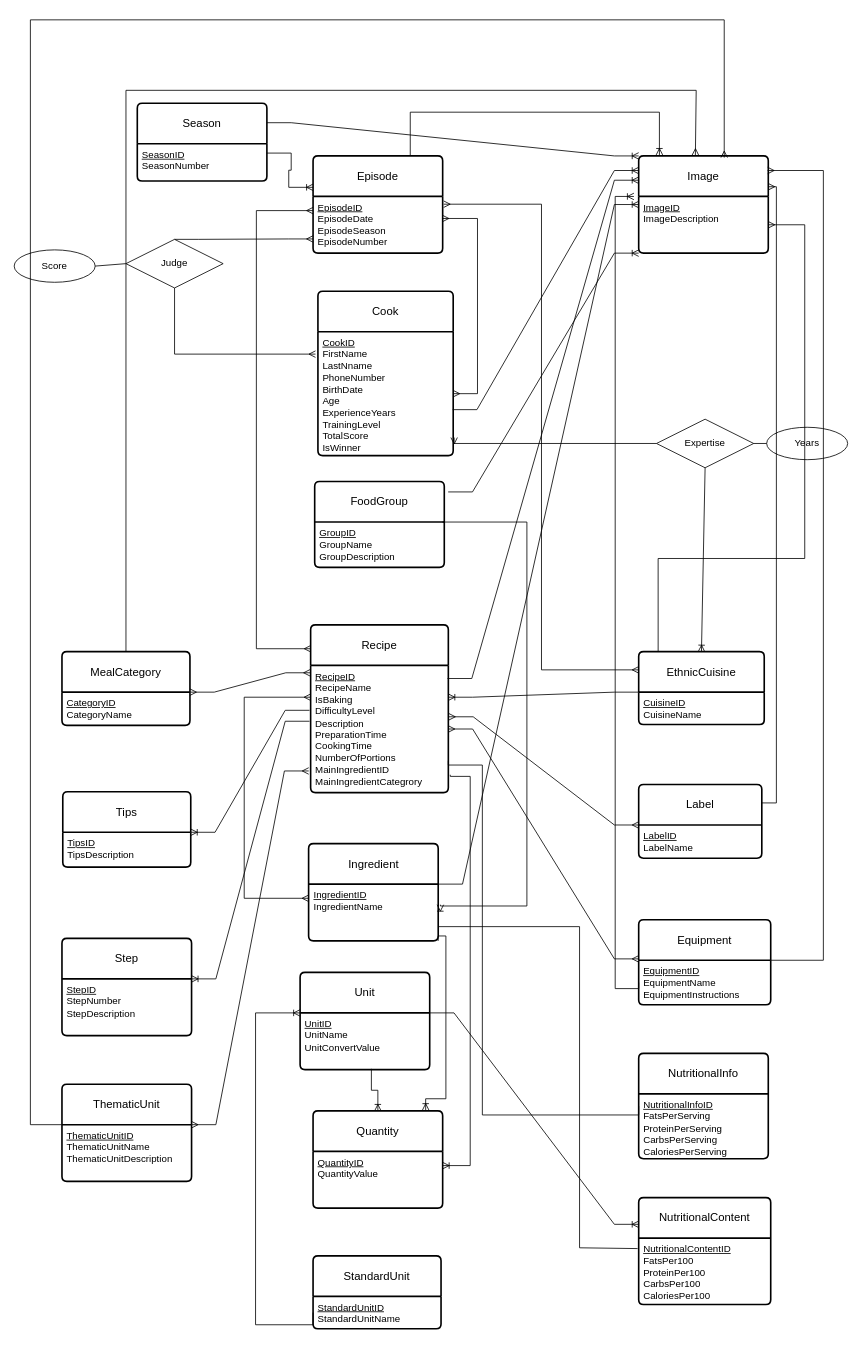
Above: er_diagram.drawio in myrto-orf/DataBases (draw.io), before the change. Source tidied: cells renumbered, new cells numbered last; positions are measured from the earlier drawing's top-left corner, leaving out a move shared by most shapes. Both pictures are drawn from the tidied source at 81%, with x=0, y=0 at pixel (14, 19).
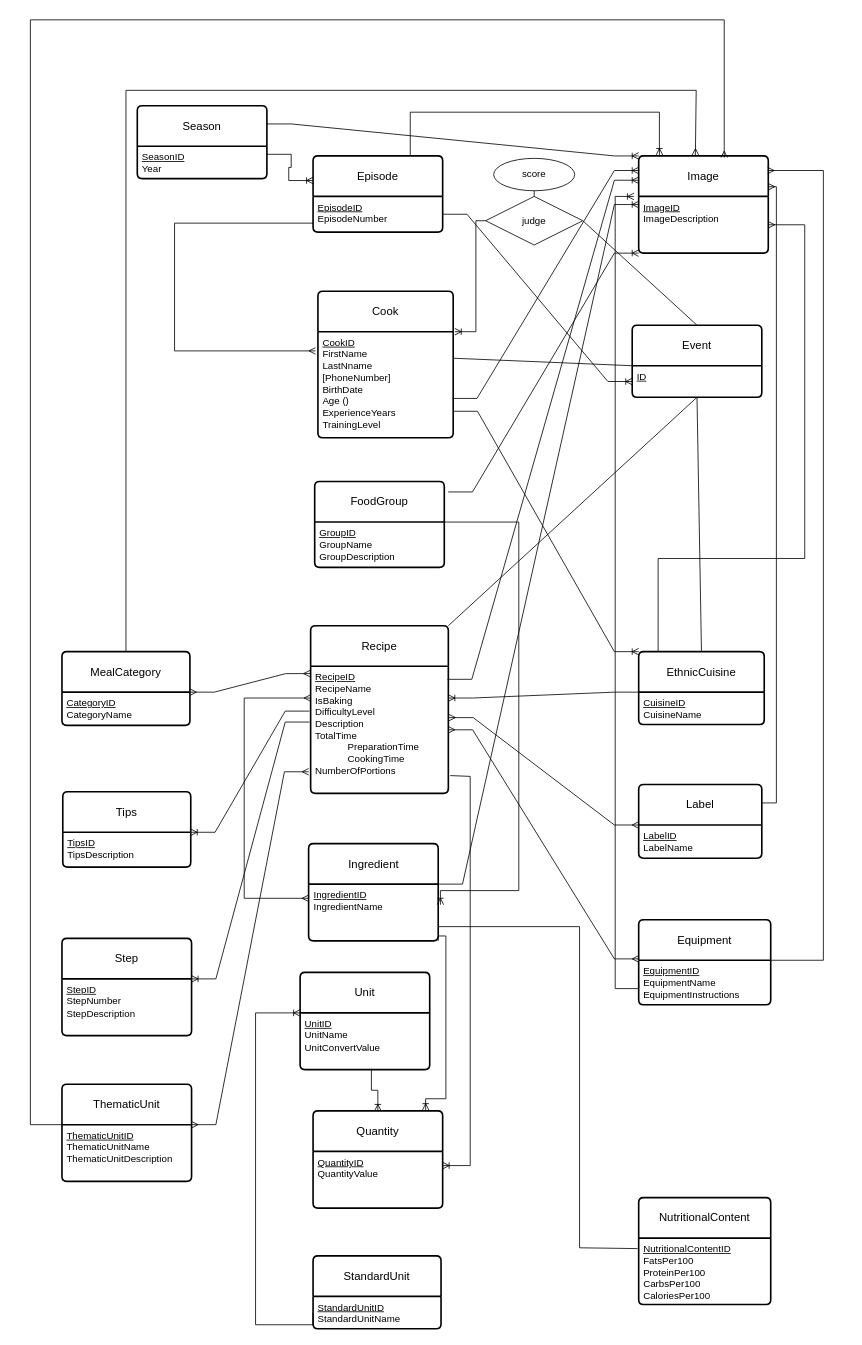
After the change.

Unchanged cells that the change refers to:
```xml
<mxCell id="4" value="EthnicCuisine" style="swimlane;horizontal=1;startSize=50;rounded=1;fontSize=14;fontStyle=0;strokeWidth=2;shadow=0;dashed=0;align=center;arcSize=4;whiteSpace=wrap;html=1;" parent="1" vertex="1">
  <mxGeometry x="771" y="780" width="155" height="90" as="geometry" />
</mxCell>
<mxCell id="17" value="&lt;u&gt;IngredientID&lt;/u&gt;&lt;div&gt;IngredientName&lt;/div&gt;" style="align=left;strokeColor=none;fillColor=none;spacingLeft=4;fontSize=12;verticalAlign=top;html=1;" parent="16" vertex="1">
  <mxGeometry y="50" width="160" height="70" as="geometry" />
</mxCell>
<mxCell id="19" value="&lt;u&gt;UnitID&lt;/u&gt;&lt;div&gt;UnitName&lt;/div&gt;&lt;div&gt;UnitConvertValue&lt;/div&gt;" style="align=left;strokeColor=none;fillColor=none;spacingLeft=4;fontSize=12;verticalAlign=top;html=1;" parent="18" vertex="1">
  <mxGeometry y="50" width="160" height="70" as="geometry" />
</mxCell>
<mxCell id="25" value="&lt;u&gt;GroupID&lt;/u&gt;&lt;div&gt;GroupName&lt;/div&gt;&lt;div&gt;GroupDescription&lt;/div&gt;" style="align=left;strokeColor=none;fillColor=none;spacingLeft=4;fontSize=12;verticalAlign=top;html=1;" parent="24" vertex="1">
  <mxGeometry y="50" width="160" height="56" as="geometry" />
</mxCell>
<mxCell id="36" value="NutritionalContent" style="swimlane;horizontal=1;startSize=50;rounded=1;fontSize=14;fontStyle=0;strokeWidth=2;shadow=0;dashed=0;align=center;arcSize=4;whiteSpace=wrap;html=1;" parent="1" vertex="1">
  <mxGeometry x="771" y="1454" width="163" height="132" as="geometry" />
</mxCell>
<mxCell id="37" value="&lt;u&gt;NutritionalContentID&lt;/u&gt;&lt;div&gt;FatsPer100&lt;/div&gt;&lt;div&gt;ProteinPer100&lt;/div&gt;&lt;div&gt;CarbsPer100&lt;/div&gt;&lt;div&gt;CaloriesPer100&lt;/div&gt;" style="align=left;strokeColor=none;fillColor=none;spacingLeft=4;fontSize=12;verticalAlign=top;html=1;" parent="36" vertex="1">
  <mxGeometry y="50" width="163" height="82" as="geometry" />
</mxCell>
```

The edit, as a diff of the source:
```diff
@@
     <mxCell id="2" value="Recipe" style="swimlane;horizontal=1;startSize=50;rounded=1;fontSize=14;fontStyle=0;strokeWidth=2;shadow=0;dashed=0;align=center;arcSize=4;whiteSpace=wrap;html=1;" parent="1" vertex="1">
-      <mxGeometry x="366" y="747" width="170" height="207" as="geometry" />
+      <mxGeometry x="366" y="748" width="170" height="207" as="geometry" />
     </mxCell>
-    <mxCell id="3" value="&lt;u&gt;RecipeID&lt;/u&gt;&lt;div&gt;RecipeName&lt;/div&gt;&lt;div&gt;IsBaking&lt;/div&gt;&lt;div&gt;DifficultyLevel&lt;/div&gt;&lt;div&gt;Description&lt;/div&gt;&lt;div&gt;PreparationTime&lt;/div&gt;&lt;div&gt;CookingTime&lt;/div&gt;&lt;div&gt;NumberOfPortions&lt;/div&gt;&lt;div&gt;MainIngredientID&lt;/div&gt;&lt;div&gt;MainIngredientCategrory&lt;/div&gt;" style="align=left;strokeColor=none;fillColor=none;spacingLeft=4;fontSize=12;verticalAlign=top;html=1;" parent="2" vertex="1">
+    <mxCell id="3" value="&lt;u&gt;RecipeID&lt;/u&gt;&lt;div&gt;RecipeName&lt;/div&gt;&lt;div&gt;IsBaking&lt;/div&gt;&lt;div&gt;DifficultyLevel&lt;/div&gt;&lt;div&gt;Description&lt;/div&gt;&lt;div&gt;&lt;span style=&quot;background-color: initial;&quot;&gt;TotalTime&lt;/span&gt;&lt;/div&gt;&lt;blockquote style=&quot;margin: 0 0 0 40px; border: none; padding: 0px;&quot;&gt;&lt;div&gt;PreparationTime&lt;/div&gt;&lt;div&gt;CookingTime&lt;/div&gt;&lt;/blockquote&gt;&lt;div&gt;NumberOfPortions&lt;/div&gt;" style="align=left;strokeColor=none;fillColor=none;spacingLeft=4;fontSize=12;verticalAlign=top;html=1;" parent="2" vertex="1">
       <mxGeometry y="50" width="170" height="157" as="geometry" />
     </mxCell>
@@
     <mxCell id="28" value="Cook" style="swimlane;horizontal=1;startSize=50;rounded=1;fontSize=14;fontStyle=0;strokeWidth=2;shadow=0;dashed=0;align=center;arcSize=4;whiteSpace=wrap;html=1;" parent="1" vertex="1">
-      <mxGeometry x="375" y="335" width="167" height="203" as="geometry" />
+      <mxGeometry x="375" y="335" width="167" height="181" as="geometry" />
     </mxCell>
-    <mxCell id="29" value="&lt;u&gt;CookID&lt;/u&gt;&lt;div&gt;FirstName&lt;/div&gt;&lt;div&gt;LastNname&lt;/div&gt;&lt;div&gt;PhoneNumber&lt;/div&gt;&lt;div&gt;BirthDate&lt;/div&gt;&lt;div&gt;Age&lt;/div&gt;&lt;div&gt;ExperienceYears&lt;/div&gt;&lt;div&gt;TrainingLevel&lt;/div&gt;&lt;div&gt;TotalScore&lt;/div&gt;&lt;div&gt;IsWinner&lt;/div&gt;" style="align=left;strokeColor=none;fillColor=none;spacingLeft=4;fontSize=12;verticalAlign=top;html=1;" parent="28" vertex="1">
-      <mxGeometry y="50" width="167" height="153" as="geometry" />
+    <mxCell id="29" value="&lt;u&gt;CookID&lt;/u&gt;&lt;div&gt;FirstName&lt;/div&gt;&lt;div&gt;LastNname&lt;/div&gt;&lt;div&gt;[&lt;span style=&quot;background-color: initial;&quot;&gt;PhoneNumber&lt;/span&gt;&lt;span style=&quot;background-color: initial;&quot;&gt;]&lt;/span&gt;&lt;/div&gt;&lt;div&gt;BirthDate&lt;/div&gt;&lt;div&gt;Age ()&lt;/div&gt;&lt;div&gt;ExperienceYears&lt;/div&gt;&lt;div&gt;TrainingLevel&lt;/div&gt;" style="align=left;strokeColor=none;fillColor=none;spacingLeft=4;fontSize=12;verticalAlign=top;html=1;" parent="28" vertex="1">
+      <mxGeometry y="50" width="167" height="131" as="geometry" />
     </mxCell>
     <mxCell id="30" value="Episode" style="swimlane;horizontal=1;startSize=50;rounded=1;fontSize=14;fontStyle=0;strokeWidth=2;shadow=0;dashed=0;align=center;arcSize=4;whiteSpace=wrap;html=1;" parent="1" vertex="1">
-      <mxGeometry x="369" y="168" width="160" height="120" as="geometry" />
+      <mxGeometry x="369" y="168" width="160" height="94" as="geometry" />
     </mxCell>
-    <mxCell id="31" value="&lt;u&gt;EpisodeID&lt;/u&gt;&lt;div&gt;EpisodeDate&lt;/div&gt;&lt;div&gt;EpisodeSeason&lt;/div&gt;&lt;div&gt;EpisodeNumber&lt;/div&gt;&lt;div&gt;&lt;br&gt;&lt;/div&gt;" style="align=left;strokeColor=none;fillColor=none;spacingLeft=4;fontSize=12;verticalAlign=top;html=1;" parent="30" vertex="1">
-      <mxGeometry y="50" width="160" height="70" as="geometry" />
+    <mxCell id="31" value="&lt;u&gt;EpisodeID&lt;/u&gt;&lt;div&gt;&lt;span style=&quot;background-color: initial;&quot;&gt;EpisodeNumber&lt;/span&gt;&lt;br&gt;&lt;/div&gt;&lt;div&gt;&lt;br&gt;&lt;/div&gt;" style="align=left;strokeColor=none;fillColor=none;spacingLeft=4;fontSize=12;verticalAlign=top;html=1;" parent="30" vertex="1">
+      <mxGeometry y="50" width="160" height="44" as="geometry" />
     </mxCell>
@@
-    <mxCell id="34" value="NutritionalInfo" style="swimlane;horizontal=1;startSize=50;rounded=1;fontSize=14;fontStyle=0;strokeWidth=2;shadow=0;dashed=0;align=center;arcSize=4;whiteSpace=wrap;html=1;" parent="1" vertex="1">
-      <mxGeometry x="771" y="1276" width="160" height="130" as="geometry" />
-    </mxCell>
-    <mxCell id="35" value="&lt;div&gt;&lt;u&gt;NutritionalInfoID&lt;/u&gt;&lt;/div&gt;&lt;div&gt;FatsPerServing&lt;/div&gt;&lt;div&gt;ProteinPerServing&lt;/div&gt;&lt;div&gt;CarbsPerServing&lt;/div&gt;&lt;div&gt;CaloriesPerServing&lt;/div&gt;" style="align=left;strokeColor=none;fillColor=none;spacingLeft=4;fontSize=12;verticalAlign=top;html=1;" parent="34" vertex="1">
-      <mxGeometry y="50" width="160" height="80" as="geometry" />
-    </mxCell>
@@
-    <mxCell id="44" style="endArrow=none;html=1;rounded=0;exitX=1;exitY=0.75;exitDx=0;exitDy=0;entryX=0;entryY=0.5;entryDx=0;entryDy=0;edgeStyle=orthogonalEdgeStyle;" parent="1" edge="1" source="3" target="34">
-      <mxGeometry relative="1" as="geometry">
-        <Array as="points">
-          <mxPoint x="578" y="920" />
-          <mxPoint x="578" y="1352" />
-        </Array>
-      </mxGeometry>
-    </mxCell>
     <mxCell id="45" style="edgeStyle=orthogonalEdgeStyle;fontSize=12;html=1;endArrow=ERoneToMany;rounded=0;entryX=1.017;entryY=0.363;entryDx=0;entryDy=0;entryPerimeter=0;exitX=1;exitY=0;exitDx=0;exitDy=0;" parent="1" edge="1" source="25" target="17">
       <mxGeometry relative="1" as="geometry">
         <Array as="points">
-          <mxPoint x="529" y="620" />
-          <mxPoint x="633" y="620" />
-          <mxPoint x="633" y="1094" />
-          <mxPoint x="526" y="1094" />
+          <mxPoint x="623" y="620" />
+          <mxPoint x="623" y="1075" />
+          <mxPoint x="526" y="1075" />
         </Array>
       </mxGeometry>
     </mxCell>
@@
     <mxCell id="49" style="endArrow=none;html=1;rounded=0;exitX=1;exitY=0.75;exitDx=0;exitDy=0;entryX=-0.008;entryY=0.158;entryDx=0;entryDy=0;entryPerimeter=0;edgeStyle=orthogonalEdgeStyle;" parent="1" edge="1" source="17" target="37">
       <mxGeometry relative="1" as="geometry">
         <Array as="points">
-          <mxPoint x="698" y="1120" />
+          <mxPoint x="698" y="1119" />
           <mxPoint x="698" y="1516" />
+          <mxPoint x="770" y="1516" />
         </Array>
       </mxGeometry>
     </mxCell>
@@
-    <mxCell id="52" value="Judge" style="shape=rhombus;perimeter=rhombusPerimeter;whiteSpace=wrap;html=1;align=center;" parent="1" vertex="1">
-      <mxGeometry x="138" y="271" width="120" height="60" as="geometry" />
-    </mxCell>
-    <mxCell id="53" style="edgeStyle=elbowEdgeStyle;fontSize=12;html=1;endArrow=ERmany;rounded=0;entryX=-0.018;entryY=0.181;entryDx=0;entryDy=0;entryPerimeter=0;exitX=0.5;exitY=1;exitDx=0;exitDy=0;" parent="1" edge="1" source="52" target="29">
+    <mxCell id="53" style="edgeStyle=elbowEdgeStyle;fontSize=12;html=1;endArrow=ERmany;rounded=0;entryX=-0.018;entryY=0.181;entryDx=0;entryDy=0;entryPerimeter=0;exitX=0;exitY=0.75;exitDx=0;exitDy=0;" parent="1" edge="1" source="31" target="29">
       <mxGeometry relative="1" as="geometry">
         <Array as="points">
           <mxPoint x="198" y="420" />
         </Array>
       </mxGeometry>
     </mxCell>
-    <mxCell id="54" style="edgeStyle=entityRelationEdgeStyle;fontSize=12;html=1;endArrow=ERmany;rounded=0;entryX=0;entryY=0.75;entryDx=0;entryDy=0;exitX=0.5;exitY=0;exitDx=0;exitDy=0;" parent="1" edge="1" source="52" target="31">
-      <mxGeometry relative="1" as="geometry" />
-    </mxCell>
@@
-    <mxCell id="61" style="edgeStyle=entityRelationEdgeStyle;fontSize=12;html=1;endArrow=ERoneToMany;rounded=0;exitX=1;exitY=0;exitDx=0;exitDy=0;entryX=0;entryY=0.25;entryDx=0;entryDy=0;" parent="1" edge="1" source="19" target="36">
-      <mxGeometry relative="1" as="geometry" />
-    </mxCell>
-    <mxCell id="62" value="Expertise" style="shape=rhombus;perimeter=rhombusPerimeter;whiteSpace=wrap;html=1;align=center;" parent="1" vertex="1">
-      <mxGeometry x="793" y="493" width="120" height="60" as="geometry" />
-    </mxCell>
-    <mxCell id="63" style="edgeStyle=elbowEdgeStyle;fontSize=12;html=1;endArrow=ERmany;rounded=0;entryX=1.007;entryY=0.854;entryDx=0;entryDy=0;entryPerimeter=0;exitX=0;exitY=0.5;exitDx=0;exitDy=0;elbow=vertical;" parent="1" edge="1" source="62" target="29">
-      <mxGeometry relative="1" as="geometry">
-        <Array as="points">
-          <mxPoint x="670" y="523" />
-        </Array>
-      </mxGeometry>
-    </mxCell>
-    <mxCell id="64" value="Years" style="ellipse;whiteSpace=wrap;html=1;align=center;" parent="1" vertex="1">
-      <mxGeometry x="929" y="503" width="100" height="40" as="geometry" />
-    </mxCell>
-    <mxCell id="65" style="endArrow=none;html=1;rounded=0;exitX=1;exitY=0.5;exitDx=0;exitDy=0;" parent="1" edge="1" source="62" target="64">
-      <mxGeometry relative="1" as="geometry" />
-    </mxCell>
-    <mxCell id="66" style="fontSize=12;html=1;endArrow=ERoneToMany;rounded=0;entryX=0.5;entryY=0;entryDx=0;entryDy=0;exitX=0.5;exitY=1;exitDx=0;exitDy=0;" parent="1" edge="1" source="62" target="4">
-      <mxGeometry relative="1" as="geometry" />
-    </mxCell>
-    <mxCell id="67" style="edgeStyle=elbowEdgeStyle;fontSize=12;html=1;endArrow=ERmany;startArrow=ERmany;rounded=0;exitX=0.001;exitY=0.142;exitDx=0;exitDy=0;exitPerimeter=0;entryX=0;entryY=0.25;entryDx=0;entryDy=0;" parent="1" edge="1" source="2" target="31">
-      <mxGeometry relative="1" as="geometry">
-        <Array as="points">
-          <mxPoint x="299" y="513" />
-        </Array>
-      </mxGeometry>
-    </mxCell>
-    <mxCell id="68" style="edgeStyle=elbowEdgeStyle;fontSize=12;html=1;endArrow=ERmany;startArrow=ERmany;rounded=0;exitX=0;exitY=0.25;exitDx=0;exitDy=0;entryX=1.008;entryY=0.137;entryDx=0;entryDy=0;entryPerimeter=0;" parent="1" edge="1" source="4" target="31">
-      <mxGeometry relative="1" as="geometry" />
-    </mxCell>
-    <mxCell id="69" style="edgeStyle=entityRelationEdgeStyle;fontSize=12;html=1;endArrow=ERmany;startArrow=ERmany;rounded=0;entryX=0.998;entryY=0.389;entryDx=0;entryDy=0;entryPerimeter=0;" parent="1" edge="1" source="29" target="31">
-      <mxGeometry relative="1" as="geometry" />
-    </mxCell>
-    <mxCell id="70" value="Score" style="ellipse;whiteSpace=wrap;html=1;align=center;" parent="1" vertex="1">
-      <mxGeometry y="284" width="100" height="40" as="geometry" />
-    </mxCell>
-    <mxCell id="71" style="endArrow=none;html=1;rounded=0;exitX=1;exitY=0.5;exitDx=0;exitDy=0;entryX=0;entryY=0.5;entryDx=0;entryDy=0;" parent="1" edge="1" source="70" target="52">
-      <mxGeometry relative="1" as="geometry" />
-    </mxCell>
@@
     <mxCell id="78" value="Season" style="swimlane;horizontal=1;startSize=50;rounded=1;fontSize=14;fontStyle=0;strokeWidth=2;shadow=0;dashed=0;align=center;arcSize=4;whiteSpace=wrap;html=1;" parent="1" vertex="1">
-      <mxGeometry x="152" y="103" width="160" height="96" as="geometry" />
+      <mxGeometry x="152" y="106" width="160" height="90" as="geometry" />
     </mxCell>
-    <mxCell id="79" value="&lt;u&gt;SeasonID&lt;/u&gt;&lt;div&gt;SeasonNumber&lt;/div&gt;&lt;div&gt;&lt;br&gt;&lt;/div&gt;" style="align=left;strokeColor=none;fillColor=none;spacingLeft=4;fontSize=12;verticalAlign=top;html=1;" parent="78" vertex="1">
-      <mxGeometry y="50" width="160" height="46" as="geometry" />
+    <mxCell id="79" value="&lt;u&gt;SeasonID&lt;/u&gt;&lt;div&gt;&lt;span style=&quot;background-color: initial;&quot;&gt;Year&lt;/span&gt;&lt;br&gt;&lt;/div&gt;" style="align=left;strokeColor=none;fillColor=none;spacingLeft=4;fontSize=12;verticalAlign=top;html=1;" parent="78" vertex="1">
+      <mxGeometry y="50" width="160" height="40" as="geometry" />
     </mxCell>
@@
+    <mxCell id="82" style="edgeStyle=entityRelationEdgeStyle;fontSize=12;html=1;endArrow=ERoneToMany;rounded=0;entryX=0;entryY=0;entryDx=0;entryDy=0;exitX=1;exitY=0.75;exitDx=0;exitDy=0;" parent="1" edge="1" source="29" target="4">
+      <mxGeometry relative="1" as="geometry" />
+    </mxCell>
+    <mxCell id="83" value="Event" style="swimlane;horizontal=1;startSize=50;rounded=1;fontSize=14;fontStyle=0;strokeWidth=2;shadow=0;dashed=0;align=center;arcSize=4;whiteSpace=wrap;html=1;" parent="1" vertex="1">
+      <mxGeometry x="763" y="377" width="160" height="89" as="geometry" />
+    </mxCell>
+    <mxCell id="84" value="&lt;u&gt;ID&lt;/u&gt;&lt;div&gt;&lt;u&gt;&lt;br&gt;&lt;/u&gt;&lt;/div&gt;" style="align=left;strokeColor=none;fillColor=none;spacingLeft=4;fontSize=12;verticalAlign=top;html=1;" parent="83" vertex="1">
+      <mxGeometry y="50" width="160" height="39" as="geometry" />
+    </mxCell>
+    <mxCell id="85" style="edgeStyle=entityRelationEdgeStyle;fontSize=12;html=1;endArrow=ERoneToMany;rounded=0;entryX=0;entryY=0.5;entryDx=0;entryDy=0;exitX=1;exitY=0.5;exitDx=0;exitDy=0;" parent="1" edge="1" source="31" target="84">
+      <mxGeometry relative="1" as="geometry" />
+    </mxCell>
+    <mxCell id="86" style="endArrow=none;html=1;rounded=0;exitX=0.5;exitY=1;exitDx=0;exitDy=0;entryX=0.5;entryY=0;entryDx=0;entryDy=0;" parent="1" edge="1" source="84" target="4">
+      <mxGeometry relative="1" as="geometry" />
+    </mxCell>
+    <mxCell id="87" style="endArrow=none;html=1;rounded=0;entryX=0.5;entryY=1;entryDx=0;entryDy=0;exitX=1;exitY=0;exitDx=0;exitDy=0;" parent="1" edge="1" source="2" target="84">
+      <mxGeometry relative="1" as="geometry" />
+    </mxCell>
+    <mxCell id="88" style="endArrow=none;html=1;rounded=0;exitX=1;exitY=0.25;exitDx=0;exitDy=0;entryX=0;entryY=0;entryDx=0;entryDy=0;" parent="1" edge="1" source="29" target="84">
+      <mxGeometry relative="1" as="geometry" />
+    </mxCell>
+    <mxCell id="89" value="judge" style="shape=rhombus;perimeter=rhombusPerimeter;whiteSpace=wrap;html=1;align=center;" parent="1" vertex="1">
+      <mxGeometry x="582" y="218" width="120" height="60" as="geometry" />
+    </mxCell>
+    <mxCell id="90" style="endArrow=none;html=1;rounded=0;exitX=1;exitY=0.5;exitDx=0;exitDy=0;entryX=0.5;entryY=0;entryDx=0;entryDy=0;" parent="1" edge="1" source="89" target="83">
+      <mxGeometry relative="1" as="geometry" />
+    </mxCell>
+    <mxCell id="91" style="edgeStyle=elbowEdgeStyle;fontSize=12;html=1;endArrow=ERoneToMany;rounded=0;exitX=0;exitY=0.5;exitDx=0;exitDy=0;" parent="1" edge="1" source="89">
+      <mxGeometry relative="1" as="geometry">
+        <mxPoint x="544" y="385" as="targetPoint" />
+        <Array as="points">
+          <mxPoint x="570" y="313" />
+        </Array>
+      </mxGeometry>
+    </mxCell>
+    <mxCell id="92" value="score" style="ellipse;whiteSpace=wrap;html=1;align=center;" parent="1" vertex="1">
+      <mxGeometry x="592" y="171" width="100" height="40" as="geometry" />
+    </mxCell>
+    <mxCell id="93" style="endArrow=none;html=1;rounded=0;entryX=0.5;entryY=0;entryDx=0;entryDy=0;" parent="1" edge="1" target="89">
+      <mxGeometry relative="1" as="geometry">
+        <mxPoint x="642" y="218" as="sourcePoint" />
+      </mxGeometry>
+    </mxCell>
+    <mxCell id="94" style="endArrow=none;html=1;rounded=0;exitX=0.5;exitY=0;exitDx=0;exitDy=0;entryX=0.5;entryY=1;entryDx=0;entryDy=0;" parent="1" edge="1" source="89" target="92">
+      <mxGeometry relative="1" as="geometry" />
+    </mxCell>
```
